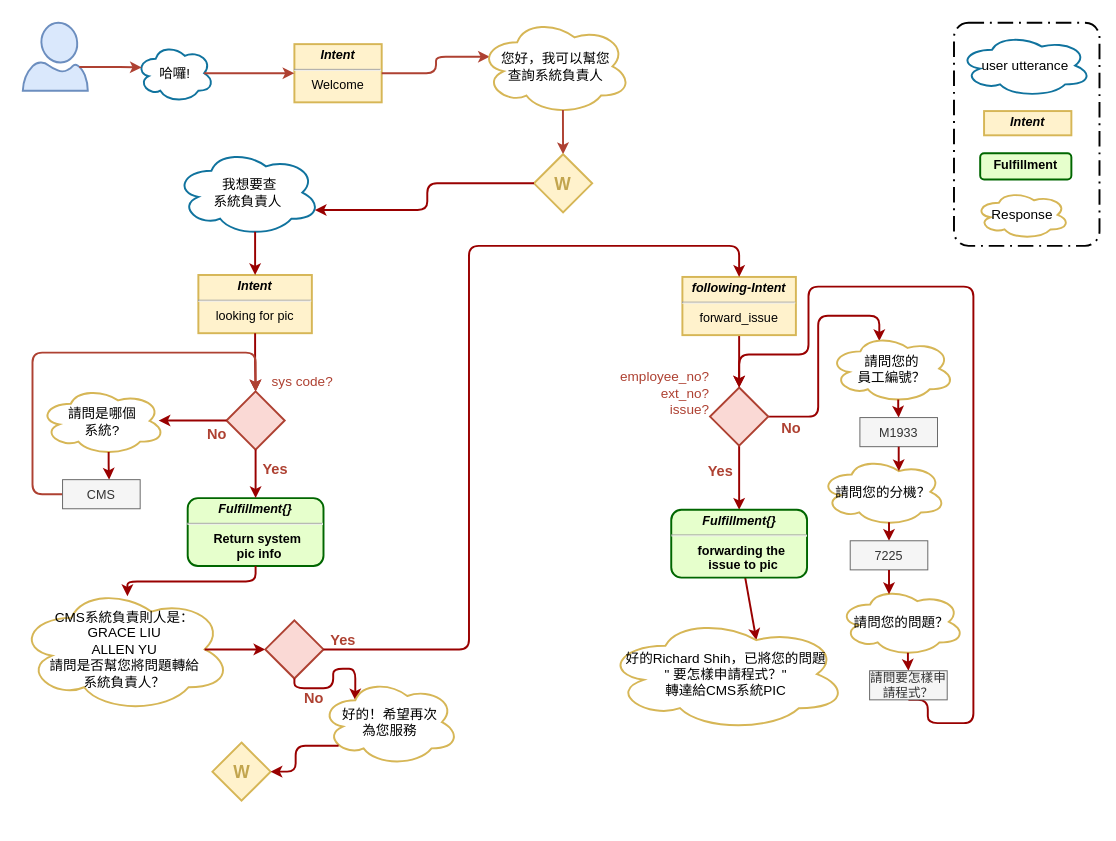
Above: page "system_pic" (1 of 4) of resources/assets/qa_bot dialog flow.drawio in shihxuancheng/qa_bot (draw.io), before the change. Source tidied: cells renumbered, new cells numbered last; positions are measured from the earlier drawing's top-left corner, leaving out a move shared by most shapes. Both pictures are drawn from the tidied source at 97%, with x=0, y=0 at pixel (17, 17).
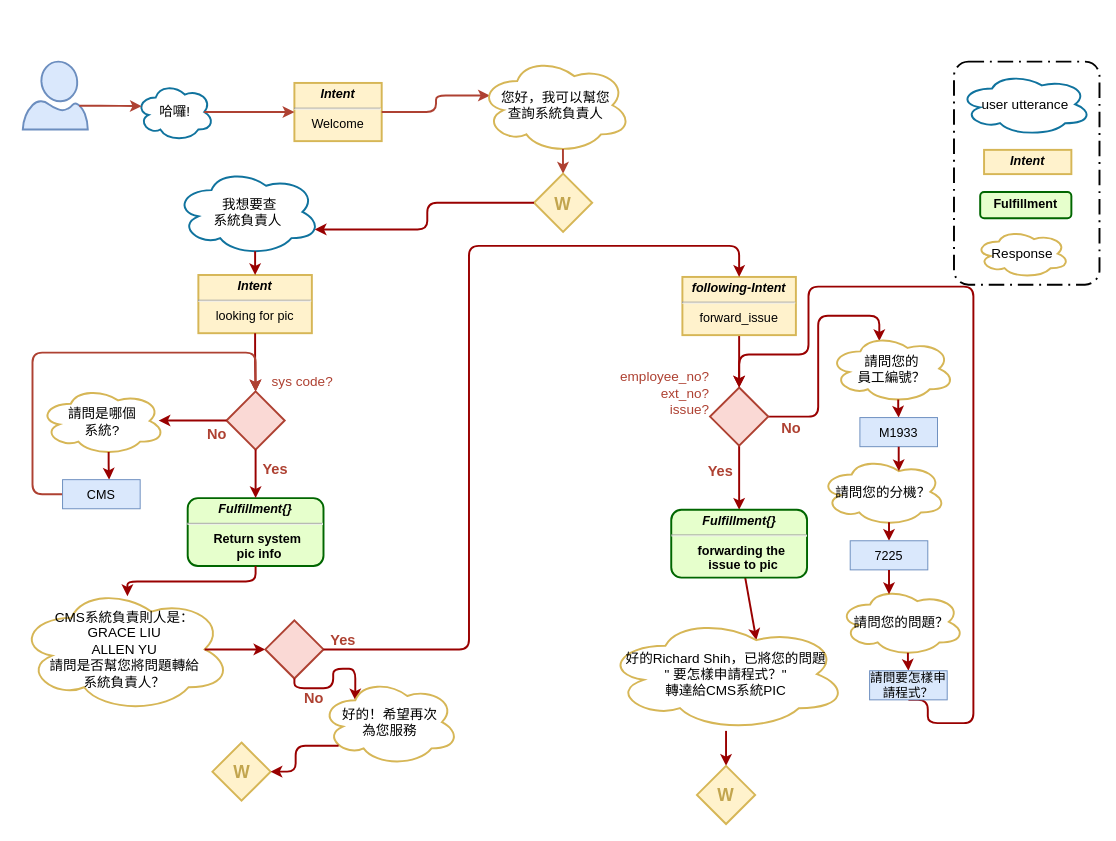
The same diagram, later.

The change refers to these unchanged cells:
```xml
<mxCell id="63" value="好的Richard Shih，已將您的問題&lt;br&gt;&quot; 要怎樣申請程式？&quot;&lt;br&gt;轉達給CMS系統PIC" style="ellipse;shape=cloud;whiteSpace=wrap;html=1;rounded=0;shadow=0;glass=0;comic=0;strokeColor=#D6B656;strokeWidth=2;fillColor=none;fontSize=14;" parent="1" vertex="1">
  <mxGeometry x="605" y="618" width="250" height="117" as="geometry" />
</mxCell>
```

The edit, as a diff of the source:
```diff
@@
     <mxCell id="2" style="verticalLabelPosition=bottom;html=1;verticalAlign=top;align=center;strokeColor=#6c8ebf;fillColor=#dae8fc;shape=mxgraph.azure.user;strokeWidth=2;" parent="1" vertex="1">
-      <mxGeometry x="5" y="5" width="67" height="70" as="geometry" />
+      <mxGeometry x="5" y="45" width="67" height="70" as="geometry" />
     </mxCell>
     <mxCell id="3" value="哈囉!" style="ellipse;shape=cloud;whiteSpace=wrap;html=1;rounded=0;shadow=0;glass=0;comic=0;strokeColor=#10739e;strokeWidth=2;fillColor=none;fontSize=14;" parent="1" vertex="1">
-      <mxGeometry x="122" y="27" width="80" height="60" as="geometry" />
+      <mxGeometry x="122" y="67" width="80" height="60" as="geometry" />
     </mxCell>
@@
     <mxCell id="5" value="&lt;p style=&quot;margin: 4px 0px 0px ; font-size: 13px&quot;&gt;&lt;b style=&quot;font-size: 13px&quot;&gt;&lt;i style=&quot;font-size: 13px&quot;&gt;Intent&lt;/i&gt;&lt;/b&gt;&lt;/p&gt;&lt;hr style=&quot;font-size: 13px&quot;&gt;&lt;div style=&quot;height: 2px ; font-size: 13px&quot;&gt;Welcome&lt;/div&gt;" style="verticalAlign=top;align=center;overflow=fill;fontSize=13;fontFamily=Helvetica;html=1;fillColor=#fff2cc;strokeColor=#d6b656;strokeWidth=2;" parent="1" vertex="1">
-      <mxGeometry x="285" y="27" width="90" height="60" as="geometry" />
+      <mxGeometry x="285" y="67" width="90" height="60" as="geometry" />
     </mxCell>
@@
     <mxCell id="8" value="您好，我可以幫您&lt;br&gt;查詢系統負責人" style="ellipse;shape=cloud;whiteSpace=wrap;html=1;rounded=0;shadow=0;glass=0;comic=0;strokeColor=#D6B656;strokeWidth=2;fillColor=none;fontSize=14;" parent="1" vertex="1">
-      <mxGeometry x="475.5" width="157" height="100" as="geometry" />
+      <mxGeometry x="475.5" y="40" width="157" height="100" as="geometry" />
     </mxCell>
@@
     <mxCell id="10" value="&lt;p style=&quot;line-height: 100%; font-size: 18px;&quot;&gt;W&lt;/p&gt;" style="strokeWidth=2;html=1;shape=mxgraph.flowchart.decision;whiteSpace=wrap;shadow=0;fillColor=#fff2cc;fontSize=18;labelBorderColor=none;strokeColor=#d6b656;spacing=0;fontStyle=1;fontColor=#C2A54E;" parent="1" vertex="1">
-      <mxGeometry x="532" y="140.5" width="60" height="60" as="geometry" />
+      <mxGeometry x="532" y="160.5" width="60" height="60" as="geometry" />
     </mxCell>
@@
     <mxCell id="20" value="&amp;nbsp;我想要查&lt;br&gt;系統負責人" style="ellipse;shape=cloud;whiteSpace=wrap;html=1;rounded=0;shadow=0;glass=0;comic=0;strokeColor=#10739e;strokeWidth=2;fillColor=none;fontSize=14;" parent="1" vertex="1">
-      <mxGeometry x="162" y="135" width="150" height="90" as="geometry" />
+      <mxGeometry x="162" y="155" width="150" height="90" as="geometry" />
     </mxCell>
@@
-    <mxCell id="27" value="CMS" style="rounded=0;whiteSpace=wrap;html=1;strokeWidth=1;fontSize=13;fillColor=#f5f5f5;strokeColor=#666666;fontColor=#333333;" parent="1" vertex="1">
+    <mxCell id="27" value="CMS" style="rounded=0;whiteSpace=wrap;html=1;strokeWidth=1;fontSize=13;fillColor=#dae8fc;strokeColor=#6c8ebf;fontColor=#000000;" parent="1" vertex="1">
       <mxGeometry x="46" y="476" width="80" height="30" as="geometry" />
     </mxCell>
@@
     <mxCell id="35" style="strokeColor=#990000;strokeWidth=2;exitX=0;exitY=0.5;exitDx=0;exitDy=0;rounded=1;edgeStyle=orthogonalEdgeStyle;elbow=vertical;fontSize=13;exitPerimeter=0;entryX=0.96;entryY=0.7;entryDx=0;entryDy=0;entryPerimeter=0;" parent="1" edge="1" source="10" target="20">
       <mxGeometry relative="1" as="geometry">
         <Array as="points">
-          <mxPoint x="422" y="171" />
-          <mxPoint x="422" y="198" />
+          <mxPoint x="422" y="191" />
+          <mxPoint x="422" y="218" />
         </Array>
       </mxGeometry>
     </mxCell>
@@
     <mxCell id="40" style="rounded=1;arcSize=10;dashed=1;strokeColor=#000000;fillColor=none;gradientColor=none;dashPattern=8 3 1 3;strokeWidth=2;" parent="1" vertex="1">
-      <mxGeometry x="965" y="5" width="150" height="230" as="geometry" />
+      <mxGeometry x="965" y="45" width="150" height="230" as="geometry" />
     </mxCell>
     <mxCell id="41" value="Response" style="ellipse;shape=cloud;whiteSpace=wrap;html=1;rounded=0;shadow=0;glass=0;comic=0;strokeColor=#D6B656;strokeWidth=2;fillColor=none;fontSize=14;" parent="1" vertex="1">
-      <mxGeometry x="987" y="178" width="97" height="50" as="geometry" />
+      <mxGeometry x="987" y="218" width="97" height="50" as="geometry" />
     </mxCell>
     <mxCell id="42" value="&lt;p style=&quot;margin: 4px 0px 0px ; font-size: 13px&quot;&gt;&lt;b style=&quot;font-size: 13px&quot;&gt;&lt;i style=&quot;font-size: 13px&quot;&gt;Intent&lt;/i&gt;&lt;/b&gt;&lt;/p&gt;" style="verticalAlign=top;align=center;overflow=fill;fontSize=13;fontFamily=Helvetica;html=1;fillColor=#fff2cc;strokeColor=#d6b656;strokeWidth=2;" parent="1" vertex="1">
-      <mxGeometry x="996" y="96" width="90" height="25" as="geometry" />
+      <mxGeometry x="996" y="136" width="90" height="25" as="geometry" />
     </mxCell>
     <mxCell id="43" value="&lt;p style=&quot;margin: 4px 0px 0px ; font-size: 13px&quot;&gt;&lt;strong style=&quot;font-size: 13px&quot;&gt;Fulfillment&lt;/strong&gt;&lt;/p&gt;" style="verticalAlign=middle;align=center;overflow=fill;fontSize=13;fontFamily=Helvetica;html=1;rounded=1;fontStyle=1;strokeWidth=2;fillColor=#E6FFCC;strokeColor=#006600;" parent="1" vertex="1">
-      <mxGeometry x="992" y="139.5" width="94" height="27" as="geometry" />
+      <mxGeometry x="992" y="179.5" width="94" height="27" as="geometry" />
     </mxCell>
     <mxCell id="44" value="user utterance" style="ellipse;shape=cloud;whiteSpace=wrap;html=1;rounded=0;shadow=0;glass=0;comic=0;strokeColor=#10739e;strokeWidth=2;fillColor=none;fontSize=14;" parent="1" vertex="1">
-      <mxGeometry x="970" y="16.5" width="137" height="65" as="geometry" />
+      <mxGeometry x="970" y="56.5" width="137" height="65" as="geometry" />
     </mxCell>
@@
-    <mxCell id="50" value="M1933" style="rounded=0;whiteSpace=wrap;html=1;strokeWidth=1;fontSize=13;fillColor=#f5f5f5;strokeColor=#666666;fontColor=#333333;" parent="1" vertex="1">
+    <mxCell id="50" value="M1933" style="rounded=0;whiteSpace=wrap;html=1;strokeWidth=1;fontSize=13;fillColor=#dae8fc;strokeColor=#6c8ebf;" parent="1" vertex="1">
       <mxGeometry x="868" y="412" width="80" height="30" as="geometry" />
     </mxCell>
@@
-    <mxCell id="53" value="7225" style="rounded=0;whiteSpace=wrap;html=1;strokeWidth=1;fontSize=13;fillColor=#f5f5f5;strokeColor=#666666;fontColor=#333333;" parent="1" vertex="1">
+    <mxCell id="53" value="7225" style="rounded=0;whiteSpace=wrap;html=1;strokeWidth=1;fontSize=13;fillColor=#dae8fc;strokeColor=#6c8ebf;fontColor=#000000;" parent="1" vertex="1">
       <mxGeometry x="858" y="539" width="80" height="30" as="geometry" />
     </mxCell>
@@
-    <mxCell id="57" value="請問要怎樣申請程式？" style="rounded=0;whiteSpace=wrap;html=1;strokeWidth=1;fontSize=13;fillColor=#f5f5f5;strokeColor=#666666;fontColor=#333333;" parent="1" vertex="1">
+    <mxCell id="57" value="請問要怎樣申請程式？" style="rounded=0;whiteSpace=wrap;html=1;strokeWidth=1;fontSize=13;fillColor=#dae8fc;strokeColor=#6c8ebf;fontColor=#000000;" parent="1" vertex="1">
       <mxGeometry x="878" y="673" width="80" height="30" as="geometry" />
     </mxCell>
@@
+    <mxCell id="66" style="edgeStyle=none;rounded=1;jettySize=auto;html=1;fontSize=13;strokeColor=#990000;strokeWidth=2;entryX=0.5;entryY=0;entryDx=0;entryDy=0;entryPerimeter=0;" parent="1" edge="1" source="63" target="67">
+      <mxGeometry relative="1" as="geometry" />
+    </mxCell>
@@
+    <mxCell id="67" value="&lt;p style=&quot;line-height: 100%; font-size: 18px;&quot;&gt;W&lt;/p&gt;" style="strokeWidth=2;html=1;shape=mxgraph.flowchart.decision;whiteSpace=wrap;shadow=0;fillColor=#fff2cc;fontSize=18;labelBorderColor=none;strokeColor=#d6b656;spacing=0;fontStyle=1;fontColor=#C2A54E;" parent="1" vertex="1">
+      <mxGeometry x="700" y="771" width="60" height="60" as="geometry" />
+    </mxCell>
```
